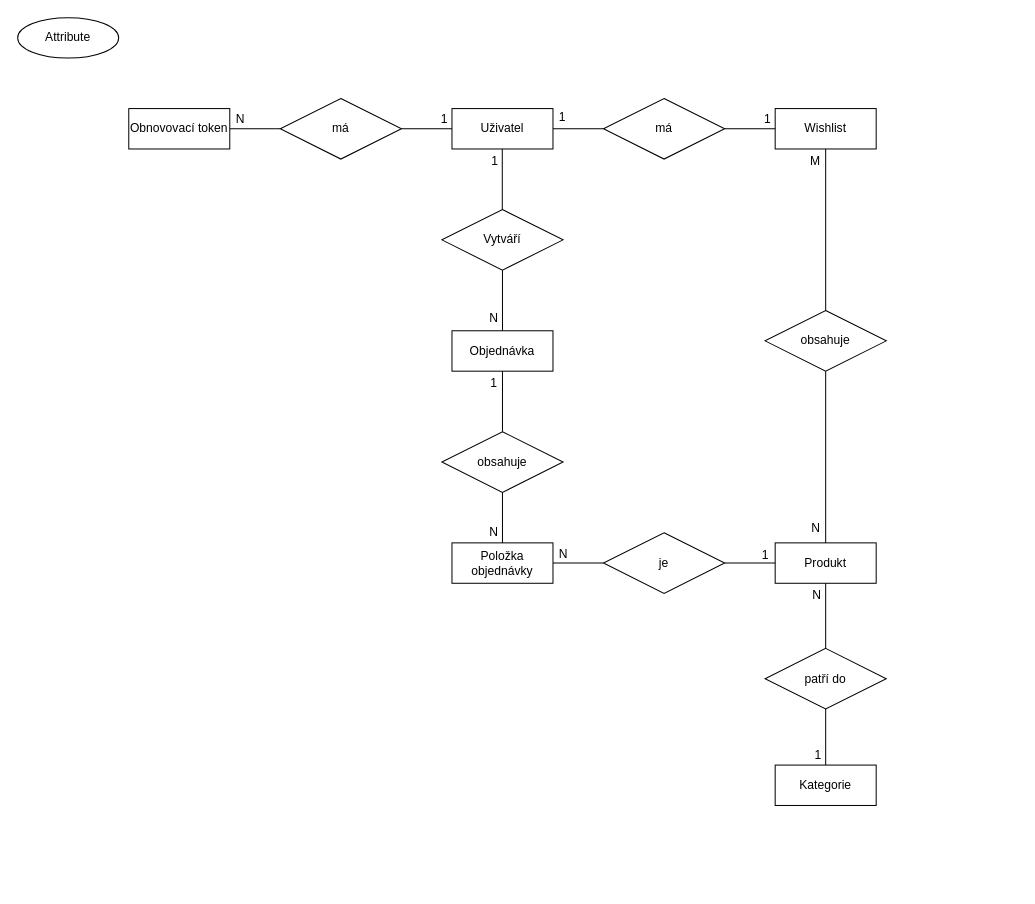
Earlier version of the draw.io diagram eshop.drawio (florixak/react-spring-boot-mini-eshop). Source tidied: cells renumbered, new cells numbered last; positions are measured from the earlier drawing's top-left corner, leaving out a move shared by most shapes. Both pictures are drawn from the tidied source at 101%, with x=0, y=0 at pixel (17, 17).
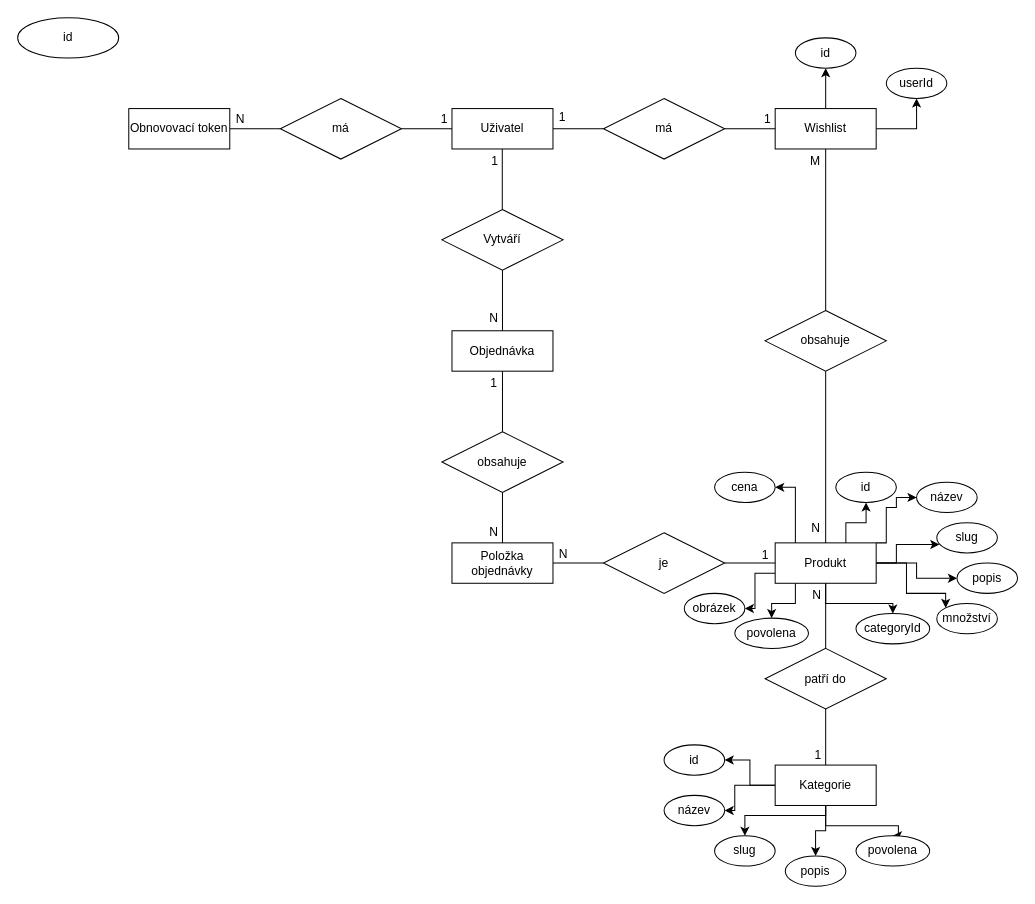
The same diagram, later.

Commit message:
Add attributes to Produkt and Kategorie in diagram

Expanded the e-shop diagram to include detailed attributes for the Produkt and Kategorie entities, such as id, název, slug, popis, cena, obrázek, množství, categoryId, povolena, and userId. Added new connecting edges to represent relationships between these attributes and their entities.

Unchanged cells that the change refers to:
```xml
<mxCell id="6" value="Wishlist" style="whiteSpace=wrap;html=1;align=center;" parent="1" vertex="1">
  <mxGeometry x="750" y="90" width="100" height="40" as="geometry" />
</mxCell>
<mxCell id="7" value="Produkt" style="whiteSpace=wrap;html=1;align=center;" parent="1" vertex="1">
  <mxGeometry x="750" y="520" width="100" height="40" as="geometry" />
</mxCell>
<mxCell id="8" value="Kategorie" style="whiteSpace=wrap;html=1;align=center;" parent="1" vertex="1">
  <mxGeometry x="750" y="740" width="100" height="40" as="geometry" />
</mxCell>
```

What changed in the source:
```diff
@@
+    <mxCell id="45" style="edgeStyle=orthogonalEdgeStyle;rounded=0;jettySize=auto;html=1;entryX=0.5;entryY=1;entryDx=0;entryDy=0;" parent="1" edge="1" source="6" target="76">
+      <mxGeometry relative="1" as="geometry" />
+    </mxCell>
+    <mxCell id="46" style="edgeStyle=orthogonalEdgeStyle;rounded=0;jettySize=auto;html=1;entryX=0.5;entryY=1;entryDx=0;entryDy=0;" parent="1" edge="1" source="6" target="75">
+      <mxGeometry relative="1" as="geometry" />
+    </mxCell>
@@
+    <mxCell id="47" style="edgeStyle=orthogonalEdgeStyle;rounded=0;jettySize=auto;html=1;" parent="1" edge="1" source="7" target="72">
+      <mxGeometry relative="1" as="geometry" />
+    </mxCell>
+    <mxCell id="48" style="edgeStyle=orthogonalEdgeStyle;rounded=0;jettySize=auto;html=1;entryX=0;entryY=0.5;entryDx=0;entryDy=0;" parent="1" edge="1" source="7" target="68">
+      <mxGeometry relative="1" as="geometry" />
+    </mxCell>
+    <mxCell id="49" style="edgeStyle=orthogonalEdgeStyle;rounded=0;jettySize=auto;html=1;entryX=0;entryY=0;entryDx=0;entryDy=0;" parent="1" edge="1" source="7" target="71">
+      <mxGeometry relative="1" as="geometry">
+        <Array as="points">
+          <mxPoint x="880" y="540" />
+          <mxPoint x="880" y="570" />
+          <mxPoint x="919" y="570" />
+        </Array>
+      </mxGeometry>
+    </mxCell>
+    <mxCell id="50" style="edgeStyle=orthogonalEdgeStyle;rounded=0;jettySize=auto;html=1;entryX=0;entryY=0.5;entryDx=0;entryDy=0;" parent="1" edge="1" source="7" target="66">
+      <mxGeometry relative="1" as="geometry">
+        <Array as="points">
+          <mxPoint x="860" y="520" />
+          <mxPoint x="860" y="485" />
+          <mxPoint x="870" y="485" />
+          <mxPoint x="870" y="475" />
+        </Array>
+      </mxGeometry>
+    </mxCell>
+    <mxCell id="51" style="edgeStyle=orthogonalEdgeStyle;rounded=0;jettySize=auto;html=1;entryX=0.5;entryY=1;entryDx=0;entryDy=0;" parent="1" edge="1" source="7" target="65">
+      <mxGeometry relative="1" as="geometry">
+        <Array as="points">
+          <mxPoint x="820" y="500" />
+          <mxPoint x="840" y="500" />
+        </Array>
+      </mxGeometry>
+    </mxCell>
+    <mxCell id="52" style="edgeStyle=orthogonalEdgeStyle;rounded=0;jettySize=auto;html=1;entryX=1;entryY=0.5;entryDx=0;entryDy=0;" parent="1" edge="1" source="7" target="69">
+      <mxGeometry relative="1" as="geometry">
+        <Array as="points">
+          <mxPoint x="770" y="465" />
+        </Array>
+      </mxGeometry>
+    </mxCell>
+    <mxCell id="53" style="edgeStyle=orthogonalEdgeStyle;rounded=0;jettySize=auto;html=1;entryX=1;entryY=0.5;entryDx=0;entryDy=0;" parent="1" edge="1" source="7" target="70">
+      <mxGeometry relative="1" as="geometry">
+        <Array as="points">
+          <mxPoint x="730" y="550" />
+          <mxPoint x="730" y="585" />
+        </Array>
+      </mxGeometry>
+    </mxCell>
+    <mxCell id="54" style="edgeStyle=orthogonalEdgeStyle;rounded=0;jettySize=auto;html=1;entryX=0.5;entryY=0;entryDx=0;entryDy=0;" parent="1" edge="1" source="7" target="73">
+      <mxGeometry relative="1" as="geometry">
+        <Array as="points">
+          <mxPoint x="770" y="580" />
+          <mxPoint x="747" y="580" />
+        </Array>
+      </mxGeometry>
+    </mxCell>
@@
+    <mxCell id="55" style="edgeStyle=orthogonalEdgeStyle;rounded=0;jettySize=auto;html=1;entryX=0.5;entryY=0;entryDx=0;entryDy=0;" parent="1" edge="1" source="8" target="63">
+      <mxGeometry relative="1" as="geometry" />
+    </mxCell>
+    <mxCell id="56" style="edgeStyle=orthogonalEdgeStyle;rounded=0;jettySize=auto;html=1;entryX=0.5;entryY=0;entryDx=0;entryDy=0;" parent="1" edge="1" source="8" target="62">
+      <mxGeometry relative="1" as="geometry">
+        <Array as="points">
+          <mxPoint x="800" y="790" />
+          <mxPoint x="720" y="790" />
+        </Array>
+      </mxGeometry>
+    </mxCell>
+    <mxCell id="57" style="edgeStyle=orthogonalEdgeStyle;rounded=0;jettySize=auto;html=1;entryX=0.5;entryY=0;entryDx=0;entryDy=0;" parent="1" edge="1" source="8" target="64">
+      <mxGeometry relative="1" as="geometry">
+        <Array as="points">
+          <mxPoint x="800" y="800" />
+          <mxPoint x="872" y="800" />
+        </Array>
+      </mxGeometry>
+    </mxCell>
+    <mxCell id="58" style="edgeStyle=orthogonalEdgeStyle;rounded=0;jettySize=auto;html=1;entryX=1;entryY=0.5;entryDx=0;entryDy=0;" parent="1" edge="1" source="8" target="61">
+      <mxGeometry relative="1" as="geometry">
+        <Array as="points">
+          <mxPoint x="710" y="760" />
+          <mxPoint x="710" y="785" />
+        </Array>
+      </mxGeometry>
+    </mxCell>
+    <mxCell id="59" style="edgeStyle=orthogonalEdgeStyle;rounded=0;jettySize=auto;html=1;entryX=1;entryY=0.5;entryDx=0;entryDy=0;" parent="1" edge="1" source="8" target="60">
+      <mxGeometry relative="1" as="geometry" />
+    </mxCell>
@@
-    <mxCell id="44" value="Attribute" style="ellipse;whiteSpace=wrap;html=1;align=center;" parent="1" vertex="1">
+    <mxCell id="44" value="id" style="ellipse;whiteSpace=wrap;html=1;align=center;" parent="1" vertex="1">
       <mxGeometry width="100" height="40" as="geometry" />
     </mxCell>
+    <mxCell id="60" value="id" style="ellipse;whiteSpace=wrap;html=1;align=center;" parent="1" vertex="1">
+      <mxGeometry x="640" y="720" width="60" height="30" as="geometry" />
+    </mxCell>
+    <mxCell id="61" value="název" style="ellipse;whiteSpace=wrap;html=1;align=center;" parent="1" vertex="1">
+      <mxGeometry x="640" y="770" width="60" height="30" as="geometry" />
+    </mxCell>
+    <mxCell id="62" value="slug" style="ellipse;whiteSpace=wrap;html=1;align=center;" parent="1" vertex="1">
+      <mxGeometry x="690" y="810" width="60" height="30" as="geometry" />
+    </mxCell>
+    <mxCell id="63" value="popis" style="ellipse;whiteSpace=wrap;html=1;align=center;" parent="1" vertex="1">
+      <mxGeometry x="760" y="830" width="60" height="30" as="geometry" />
+    </mxCell>
+    <mxCell id="64" value="povolena" style="ellipse;whiteSpace=wrap;html=1;align=center;" parent="1" vertex="1">
+      <mxGeometry x="830" y="810" width="73" height="30" as="geometry" />
+    </mxCell>
+    <mxCell id="65" value="id" style="ellipse;whiteSpace=wrap;html=1;align=center;" parent="1" vertex="1">
+      <mxGeometry x="810" y="450" width="60" height="30" as="geometry" />
+    </mxCell>
+    <mxCell id="66" value="název" style="ellipse;whiteSpace=wrap;html=1;align=center;" parent="1" vertex="1">
+      <mxGeometry x="890" y="460" width="60" height="30" as="geometry" />
+    </mxCell>
+    <mxCell id="67" value="slug" style="ellipse;whiteSpace=wrap;html=1;align=center;" parent="1" vertex="1">
+      <mxGeometry x="910" y="500" width="60" height="30" as="geometry" />
+    </mxCell>
+    <mxCell id="68" value="popis" style="ellipse;whiteSpace=wrap;html=1;align=center;" parent="1" vertex="1">
+      <mxGeometry x="930" y="540" width="60" height="30" as="geometry" />
+    </mxCell>
+    <mxCell id="69" value="cena" style="ellipse;whiteSpace=wrap;html=1;align=center;" parent="1" vertex="1">
+      <mxGeometry x="690" y="450" width="60" height="30" as="geometry" />
+    </mxCell>
+    <mxCell id="70" value="obrázek" style="ellipse;whiteSpace=wrap;html=1;align=center;" parent="1" vertex="1">
+      <mxGeometry x="660" y="570" width="60" height="30" as="geometry" />
+    </mxCell>
+    <mxCell id="71" value="množství" style="ellipse;whiteSpace=wrap;html=1;align=center;" parent="1" vertex="1">
+      <mxGeometry x="910" y="580" width="60" height="30" as="geometry" />
+    </mxCell>
+    <mxCell id="72" value="categoryId" style="ellipse;whiteSpace=wrap;html=1;align=center;" parent="1" vertex="1">
+      <mxGeometry x="830" y="590" width="73" height="30" as="geometry" />
+    </mxCell>
+    <mxCell id="73" value="povolena" style="ellipse;whiteSpace=wrap;html=1;align=center;" parent="1" vertex="1">
+      <mxGeometry x="710" y="594.5" width="73" height="30" as="geometry" />
+    </mxCell>
+    <mxCell id="74" style="edgeStyle=orthogonalEdgeStyle;rounded=0;jettySize=auto;html=1;entryX=0.042;entryY=0.719;entryDx=0;entryDy=0;entryPerimeter=0;" parent="1" edge="1" source="7" target="67">
+      <mxGeometry relative="1" as="geometry">
+        <Array as="points">
+          <mxPoint x="870" y="540" />
+          <mxPoint x="870" y="522" />
+        </Array>
+      </mxGeometry>
+    </mxCell>
+    <mxCell id="75" value="id" style="ellipse;whiteSpace=wrap;html=1;align=center;" parent="1" vertex="1">
+      <mxGeometry x="770" y="20" width="60" height="30" as="geometry" />
+    </mxCell>
+    <mxCell id="76" value="userId" style="ellipse;whiteSpace=wrap;html=1;align=center;" parent="1" vertex="1">
+      <mxGeometry x="860" y="50" width="60" height="30" as="geometry" />
+    </mxCell>
```
